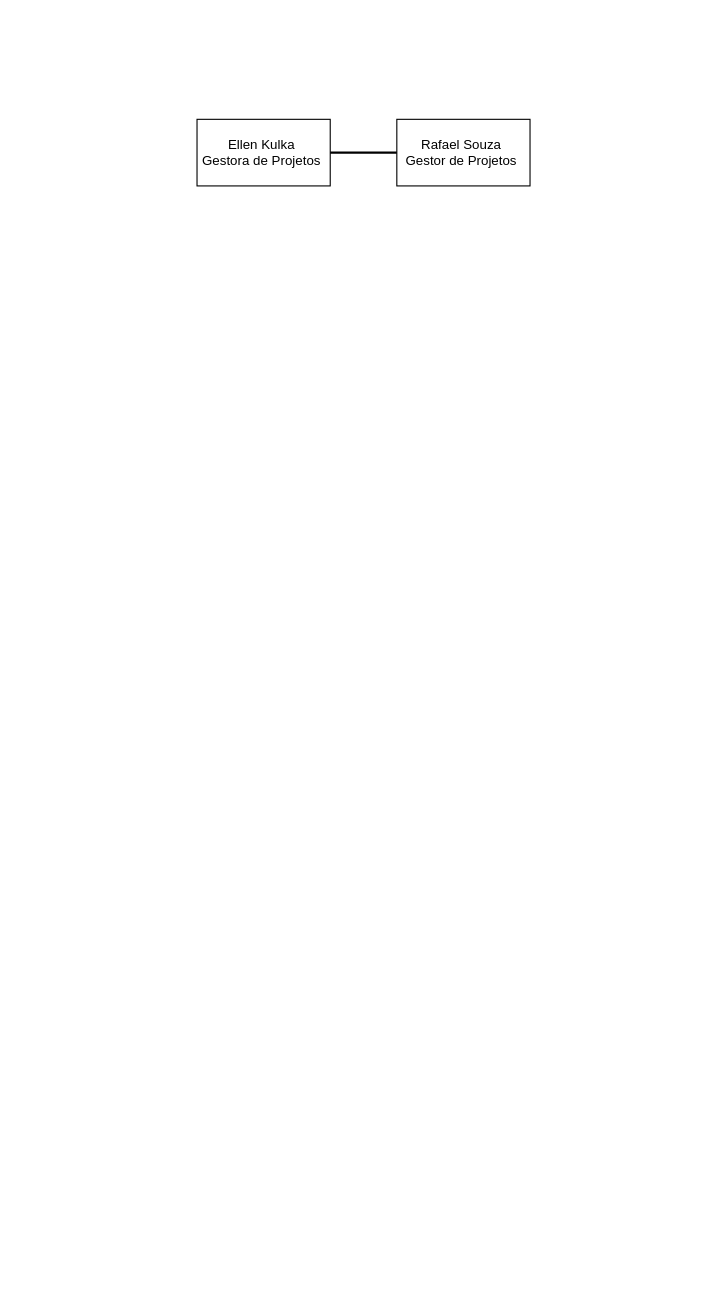
EllenNKulka/exerc-ciosCasoDeUso keeps this draw.io diagram as pessoas_e_cronogramas.drawio. Above is the earlier version. Source tidied: cells renumbered, new cells numbered last; positions are measured from the earlier drawing's top-left corner, leaving out a move shared by most shapes. Both pictures are drawn from the tidied source at 111%, with x=0, y=0 at pixel (196, 119).
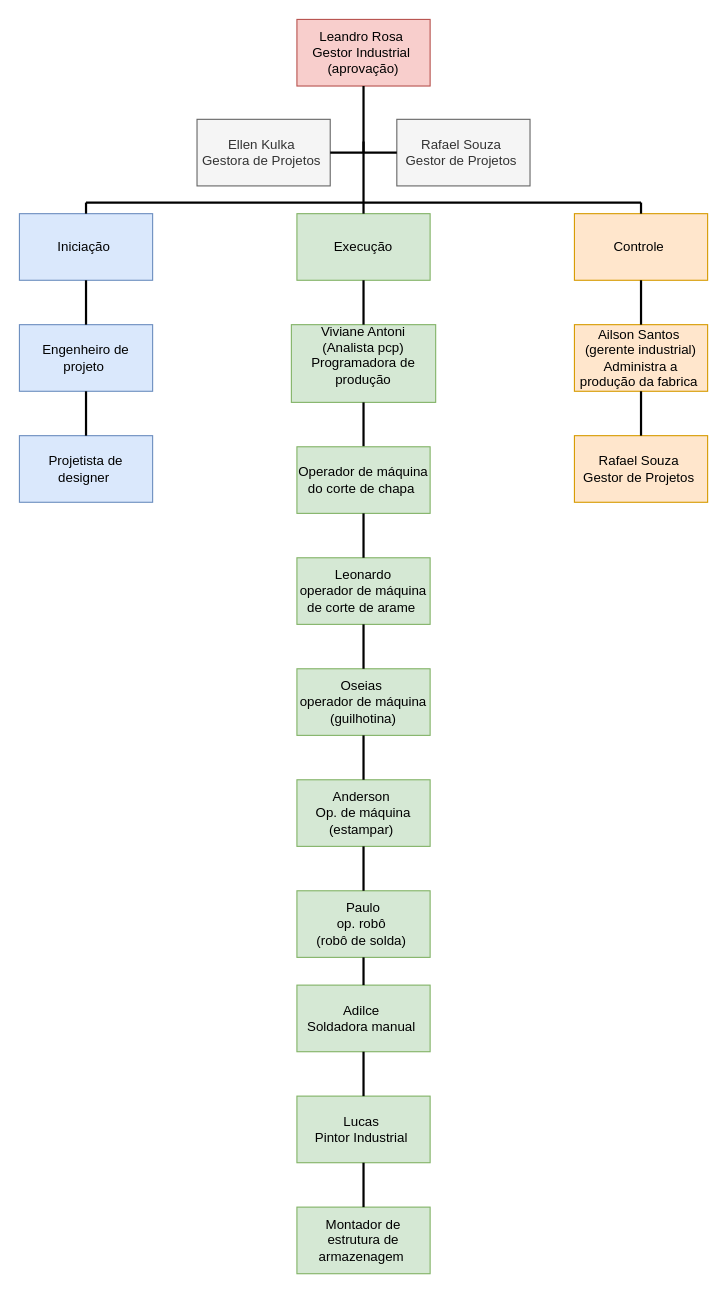
After the change.

The edit, as a diff of the source:
```diff
@@
-    <mxCell id="2" value="Ellen Kulka&amp;nbsp;&lt;br&gt;Gestora de Projetos&amp;nbsp;&lt;br&gt;" style="rounded=0;whiteSpace=wrap;html=1;" parent="1" vertex="1">
+    <mxCell id="2" value="Ellen Kulka&amp;nbsp;&lt;br&gt;Gestora de Projetos&amp;nbsp;&lt;br&gt;" style="rounded=0;whiteSpace=wrap;html=1;fillColor=#f5f5f5;fontColor=#333333;strokeColor=#666666;" parent="1" vertex="1">
       <mxGeometry width="120" height="60" as="geometry" />
     </mxCell>
-    <mxCell id="3" value="Rafael Souza&amp;nbsp;&lt;br&gt;Gestor de Projetos&amp;nbsp;&lt;br&gt;" style="rounded=0;whiteSpace=wrap;html=1;" parent="1" vertex="1">
+    <mxCell id="3" value="Rafael Souza&amp;nbsp;&lt;br&gt;Gestor de Projetos&amp;nbsp;&lt;br&gt;" style="rounded=0;whiteSpace=wrap;html=1;fillColor=#f5f5f5;fontColor=#333333;strokeColor=#666666;" parent="1" vertex="1">
       <mxGeometry x="180" width="120" height="60" as="geometry" />
     </mxCell>
@@
+    <mxCell id="5" value="Leandro Rosa&amp;nbsp;&lt;br&gt;Gestor Industrial&amp;nbsp;&lt;br&gt;(aprovação)" style="rounded=0;whiteSpace=wrap;html=1;fillColor=#f8cecc;strokeColor=#b85450;" parent="1" vertex="1">
+      <mxGeometry x="90" y="-90" width="120" height="60" as="geometry" />
+    </mxCell>
+    <mxCell id="6" style="line;strokeWidth=2;direction=south;html=1;" parent="1" vertex="1">
+      <mxGeometry x="145" y="-30" width="10" height="60" as="geometry" />
+    </mxCell>
+    <mxCell id="7" value="Iniciação&amp;nbsp;" style="rounded=0;whiteSpace=wrap;html=1;fillColor=#dae8fc;strokeColor=#6c8ebf;" parent="1" vertex="1">
+      <mxGeometry x="-160" y="85" width="120" height="60" as="geometry" />
+    </mxCell>
+    <mxCell id="8" value="Execução" style="rounded=0;whiteSpace=wrap;html=1;fillColor=#d5e8d4;strokeColor=#82b366;" parent="1" vertex="1">
+      <mxGeometry x="90" y="85" width="120" height="60" as="geometry" />
+    </mxCell>
+    <mxCell id="9" value="Controle&amp;nbsp;" style="rounded=0;whiteSpace=wrap;html=1;fillColor=#ffe6cc;strokeColor=#d79b00;" parent="1" vertex="1">
+      <mxGeometry x="340" y="85" width="120" height="60" as="geometry" />
+    </mxCell>
+    <mxCell id="10" value="Engenheiro de projeto&amp;nbsp;" style="rounded=0;whiteSpace=wrap;html=1;fillColor=#dae8fc;strokeColor=#6c8ebf;" parent="1" vertex="1">
+      <mxGeometry x="-160" y="185" width="120" height="60" as="geometry" />
+    </mxCell>
+    <mxCell id="11" value="Projetista de designer&amp;nbsp;" style="rounded=0;whiteSpace=wrap;html=1;fillColor=#dae8fc;strokeColor=#6c8ebf;" parent="1" vertex="1">
+      <mxGeometry x="-160" y="285" width="120" height="60" as="geometry" />
+    </mxCell>
+    <mxCell id="12" value="Viviane Antoni &lt;br&gt;(Analista pcp)&lt;br&gt;Programadora de produção&lt;br&gt;&lt;div&gt;&lt;br&gt;&lt;/div&gt;" style="rounded=0;whiteSpace=wrap;html=1;fillColor=#d5e8d4;strokeColor=#82b366;" parent="1" vertex="1">
+      <mxGeometry x="85" y="185" width="130" height="70" as="geometry" />
+    </mxCell>
+    <mxCell id="13" value="Ailson Santos&amp;nbsp;&lt;br&gt;(gerente industrial)&lt;br&gt;Administra a produção da fabrica&amp;nbsp;" style="rounded=0;whiteSpace=wrap;html=1;fillColor=#ffe6cc;strokeColor=#d79b00;" parent="1" vertex="1">
+      <mxGeometry x="340" y="185" width="120" height="60" as="geometry" />
+    </mxCell>
+    <mxCell id="14" style="line;strokeWidth=2;html=1;" parent="1" vertex="1">
+      <mxGeometry x="-100" y="70" width="500" height="10" as="geometry" />
+    </mxCell>
+    <mxCell id="15" style="line;strokeWidth=2;direction=south;html=1;" parent="1" vertex="1">
+      <mxGeometry x="145" y="20" width="10" height="55" as="geometry" />
+    </mxCell>
+    <mxCell id="16" style="line;strokeWidth=2;direction=south;html=1;" parent="1" vertex="1">
+      <mxGeometry x="-105" y="75" width="10" height="10" as="geometry" />
+    </mxCell>
+    <mxCell id="17" style="line;strokeWidth=2;direction=south;html=1;" parent="1" vertex="1">
+      <mxGeometry x="145" y="75" width="10" height="10" as="geometry" />
+    </mxCell>
+    <mxCell id="18" style="line;strokeWidth=2;direction=south;html=1;" parent="1" vertex="1">
+      <mxGeometry x="395" y="75" width="10" height="10" as="geometry" />
+    </mxCell>
+    <mxCell id="19" style="line;strokeWidth=2;direction=south;html=1;" parent="1" vertex="1">
+      <mxGeometry x="-105" y="145" width="10" height="40" as="geometry" />
+    </mxCell>
+    <mxCell id="20" style="line;strokeWidth=2;direction=south;html=1;" parent="1" vertex="1">
+      <mxGeometry x="-105" y="245" width="10" height="40" as="geometry" />
+    </mxCell>
+    <mxCell id="21" style="line;strokeWidth=2;direction=south;html=1;" parent="1" vertex="1">
+      <mxGeometry x="145" y="145" width="10" height="40" as="geometry" />
+    </mxCell>
+    <mxCell id="22" style="line;strokeWidth=2;direction=south;html=1;" parent="1" vertex="1">
+      <mxGeometry x="145" y="255" width="10" height="40" as="geometry" />
+    </mxCell>
+    <mxCell id="23" value="Leonardo &lt;br&gt;operador de máquina de corte de arame&amp;nbsp;" style="rounded=0;whiteSpace=wrap;html=1;fillColor=#d5e8d4;strokeColor=#82b366;" parent="1" vertex="1">
+      <mxGeometry x="90" y="395" width="120" height="60" as="geometry" />
+    </mxCell>
+    <mxCell id="24" value="Operador de máquina do corte de chapa&amp;nbsp;" style="rounded=0;whiteSpace=wrap;html=1;fillColor=#d5e8d4;strokeColor=#82b366;" parent="1" vertex="1">
+      <mxGeometry x="90" y="295" width="120" height="60" as="geometry" />
+    </mxCell>
+    <mxCell id="25" style="line;strokeWidth=2;direction=south;html=1;" parent="1" vertex="1">
+      <mxGeometry x="395" y="145" width="10" height="40" as="geometry" />
+    </mxCell>
+    <mxCell id="26" style="line;strokeWidth=2;direction=south;html=1;" parent="1" vertex="1">
+      <mxGeometry x="145" y="355" width="10" height="40" as="geometry" />
+    </mxCell>
+    <mxCell id="27" value="Oseias&amp;nbsp;&lt;br&gt;operador de máquina (guilhotina)" style="rounded=0;whiteSpace=wrap;html=1;fillColor=#d5e8d4;strokeColor=#82b366;" parent="1" vertex="1">
+      <mxGeometry x="90" y="495" width="120" height="60" as="geometry" />
+    </mxCell>
+    <mxCell id="28" value="Anderson&amp;nbsp;&lt;br&gt;Op. de máquina (estampar)&amp;nbsp;" style="rounded=0;whiteSpace=wrap;html=1;fillColor=#d5e8d4;strokeColor=#82b366;" parent="1" vertex="1">
+      <mxGeometry x="90" y="595" width="120" height="60" as="geometry" />
+    </mxCell>
+    <mxCell id="29" value="Paulo&lt;br&gt;op. robô&amp;nbsp;&lt;br&gt;(robô de solda)&amp;nbsp;" style="rounded=0;whiteSpace=wrap;html=1;fillColor=#d5e8d4;strokeColor=#82b366;" parent="1" vertex="1">
+      <mxGeometry x="90" y="695" width="120" height="60" as="geometry" />
+    </mxCell>
+    <mxCell id="30" value="Adilce&amp;nbsp;&lt;br&gt;Soldadora manual&amp;nbsp;" style="rounded=0;whiteSpace=wrap;html=1;fillColor=#d5e8d4;strokeColor=#82b366;" parent="1" vertex="1">
+      <mxGeometry x="90" y="780" width="120" height="60" as="geometry" />
+    </mxCell>
+    <mxCell id="31" value="Lucas&amp;nbsp;&lt;br&gt;Pintor Industrial&amp;nbsp;" style="rounded=0;whiteSpace=wrap;html=1;fillColor=#d5e8d4;strokeColor=#82b366;" parent="1" vertex="1">
+      <mxGeometry x="90" y="880" width="120" height="60" as="geometry" />
+    </mxCell>
+    <mxCell id="32" value="Montador de estrutura de armazenagem&amp;nbsp;" style="rounded=0;whiteSpace=wrap;html=1;fillColor=#d5e8d4;strokeColor=#82b366;" parent="1" vertex="1">
+      <mxGeometry x="90" y="980" width="120" height="60" as="geometry" />
+    </mxCell>
+    <mxCell id="33" style="line;strokeWidth=2;direction=south;html=1;" parent="1" vertex="1">
+      <mxGeometry x="145" y="455" width="10" height="40" as="geometry" />
+    </mxCell>
+    <mxCell id="34" style="line;strokeWidth=2;direction=south;html=1;" parent="1" vertex="1">
+      <mxGeometry x="145" y="555" width="10" height="40" as="geometry" />
+    </mxCell>
+    <mxCell id="35" style="line;strokeWidth=2;direction=south;html=1;" parent="1" vertex="1">
+      <mxGeometry x="145" y="940" width="10" height="40" as="geometry" />
+    </mxCell>
+    <mxCell id="36" style="line;strokeWidth=2;direction=south;html=1;" parent="1" vertex="1">
+      <mxGeometry x="145" y="840" width="10" height="40" as="geometry" />
+    </mxCell>
+    <mxCell id="37" style="line;strokeWidth=2;direction=south;html=1;" parent="1" vertex="1">
+      <mxGeometry x="145" y="755" width="10" height="25" as="geometry" />
+    </mxCell>
+    <mxCell id="38" style="line;strokeWidth=2;direction=south;html=1;" parent="1" vertex="1">
+      <mxGeometry x="145" y="655" width="10" height="40" as="geometry" />
+    </mxCell>
+    <mxCell id="39" value="Rafael Souza&amp;nbsp;&lt;br&gt;Gestor de Projetos&amp;nbsp;&lt;br&gt;" style="rounded=0;whiteSpace=wrap;html=1;fillColor=#ffe6cc;strokeColor=#d79b00;" parent="1" vertex="1">
+      <mxGeometry x="340" y="285" width="120" height="60" as="geometry" />
+    </mxCell>
+    <mxCell id="40" style="line;strokeWidth=2;direction=south;html=1;" parent="1" vertex="1">
+      <mxGeometry x="395" y="245" width="10" height="40" as="geometry" />
+    </mxCell>
```
